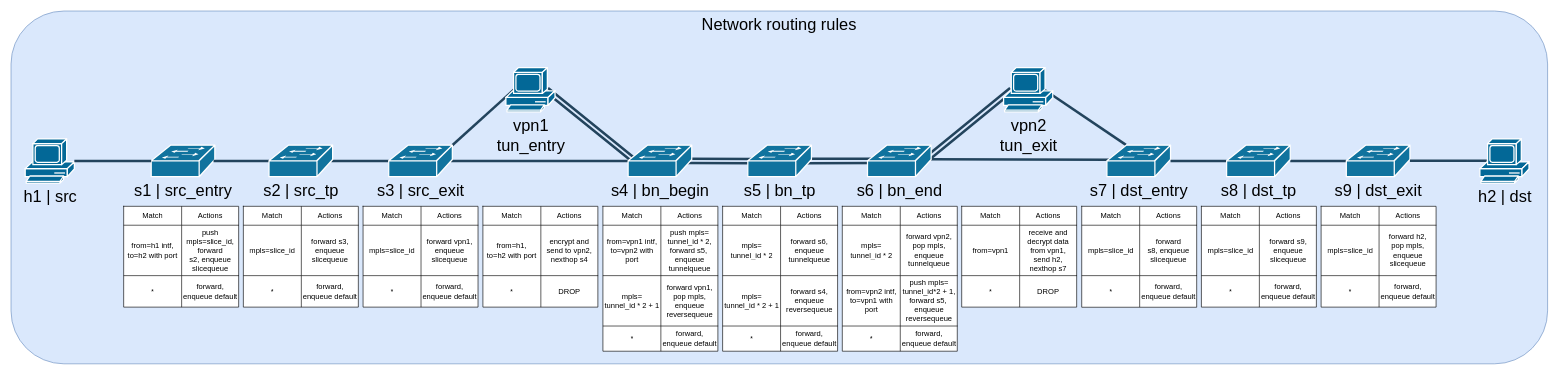
Earlier version of the draw.io diagram diagrams/network_routing_rules.drawio (FriwiDev/thesis). Source tidied: cells renumbered, new cells numbered last; positions are measured from the earlier drawing's top-left corner, leaving out a move shared by most shapes. Both pictures are drawn from the tidied source at 63%, with x=0, y=0 at pixel (11, 11).
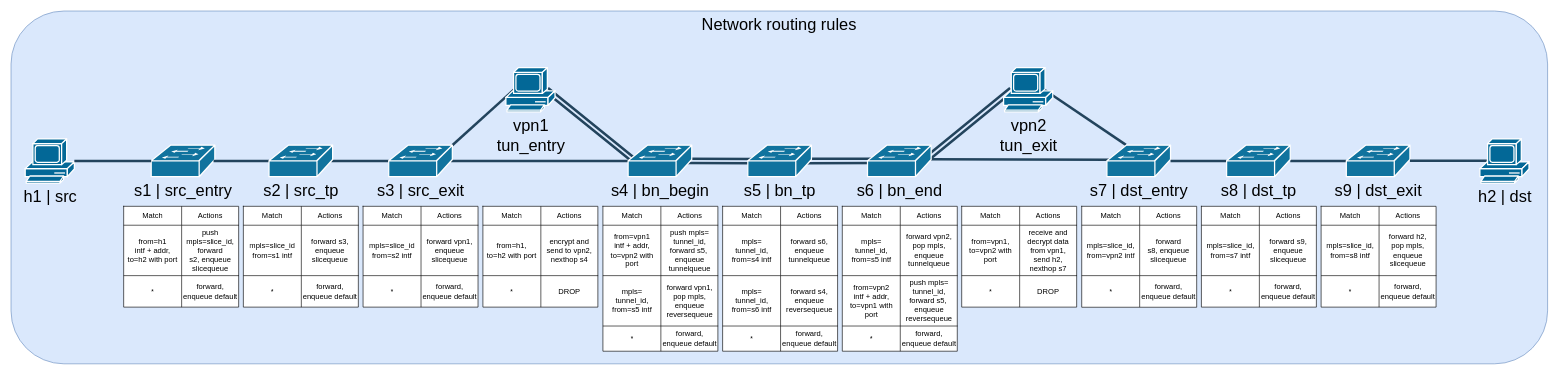
The same page after the edit.

Commit message (it also covers changes not shown here):
Enforce traffic origin on all switches to isolate slice against malicious actors

Unchanged cells that the change refers to:
```xml
<mxCell id="34" style="shape=tableRow;horizontal=0;startSize=0;swimlaneHead=0;swimlaneBody=0;top=0;left=0;bottom=0;right=0;fillColor=none;" parent="30" vertex="1">
  <mxGeometry y="30" width="182.5" height="80" as="geometry" />
</mxCell>
<mxCell id="44" style="shape=tableRow;horizontal=0;startSize=0;swimlaneHead=0;swimlaneBody=0;top=0;left=0;bottom=0;right=0;fillColor=none;" parent="40" vertex="1">
  <mxGeometry y="30" width="182.5" height="80" as="geometry" />
</mxCell>
<mxCell id="54" style="shape=tableRow;horizontal=0;startSize=0;swimlaneHead=0;swimlaneBody=0;top=0;left=0;bottom=0;right=0;fillColor=none;" parent="50" vertex="1">
  <mxGeometry y="30" width="182.5" height="80" as="geometry" />
</mxCell>
<mxCell id="64" style="shape=tableRow;horizontal=0;startSize=0;swimlaneHead=0;swimlaneBody=0;top=0;left=0;bottom=0;right=0;fillColor=none;" parent="60" vertex="1">
  <mxGeometry y="30" width="182.5" height="80" as="geometry" />
</mxCell>
<mxCell id="67" style="shape=tableRow;horizontal=0;startSize=0;swimlaneHead=0;swimlaneBody=0;top=0;left=0;bottom=0;right=0;fillColor=none;" parent="60" vertex="1">
  <mxGeometry y="110" width="182.5" height="80" as="geometry" />
</mxCell>
<mxCell id="77" style="shape=tableRow;horizontal=0;startSize=0;swimlaneHead=0;swimlaneBody=0;top=0;left=0;bottom=0;right=0;fillColor=none;" parent="73" vertex="1">
  <mxGeometry y="30" width="182.5" height="80" as="geometry" />
</mxCell>
<mxCell id="80" style="shape=tableRow;horizontal=0;startSize=0;swimlaneHead=0;swimlaneBody=0;top=0;left=0;bottom=0;right=0;fillColor=none;" parent="73" vertex="1">
  <mxGeometry y="110" width="182.5" height="80" as="geometry" />
</mxCell>
<mxCell id="90" style="shape=tableRow;horizontal=0;startSize=0;swimlaneHead=0;swimlaneBody=0;top=0;left=0;bottom=0;right=0;fillColor=none;" parent="86" vertex="1">
  <mxGeometry y="30" width="182.5" height="80" as="geometry" />
</mxCell>
<mxCell id="93" style="shape=tableRow;horizontal=0;startSize=0;swimlaneHead=0;swimlaneBody=0;top=0;left=0;bottom=0;right=0;fillColor=none;" parent="86" vertex="1">
  <mxGeometry y="110" width="182.5" height="80" as="geometry" />
</mxCell>
<mxCell id="103" style="shape=tableRow;horizontal=0;startSize=0;swimlaneHead=0;swimlaneBody=0;top=0;left=0;bottom=0;right=0;fillColor=none;" parent="99" vertex="1">
  <mxGeometry y="30" width="182.5" height="80" as="geometry" />
</mxCell>
<mxCell id="113" style="shape=tableRow;horizontal=0;startSize=0;swimlaneHead=0;swimlaneBody=0;top=0;left=0;bottom=0;right=0;fillColor=none;" parent="109" vertex="1">
  <mxGeometry y="30" width="182.5" height="80" as="geometry" />
</mxCell>
<mxCell id="123" style="shape=tableRow;horizontal=0;startSize=0;swimlaneHead=0;swimlaneBody=0;top=0;left=0;bottom=0;right=0;fillColor=none;" parent="119" vertex="1">
  <mxGeometry y="30" width="182.5" height="80" as="geometry" />
</mxCell>
<mxCell id="143" style="shape=tableRow;horizontal=0;startSize=0;swimlaneHead=0;swimlaneBody=0;top=0;left=0;bottom=0;right=0;fillColor=none;" parent="139" vertex="1">
  <mxGeometry y="30" width="182.5" height="80" as="geometry" />
</mxCell>
```

The edit, as a diff of the source:
```diff
@@
-    <mxCell id="35" value="from=h1 intf, to=h2 with port" style="shape=partialRectangle;html=1;whiteSpace=wrap;overflow=hidden;fillColor=none;top=0;left=0;bottom=0;right=0;" parent="34" vertex="1">
+    <mxCell id="35" value="from=h1&lt;br&gt;intf + addr, to=h2 with port" style="shape=partialRectangle;html=1;whiteSpace=wrap;overflow=hidden;fillColor=none;top=0;left=0;bottom=0;right=0;" parent="34" vertex="1">
       <mxGeometry width="92" height="80" as="geometry" />
     </mxCell>
@@
-    <mxCell id="45" value="mpls=slice_id" style="shape=partialRectangle;html=1;whiteSpace=wrap;overflow=hidden;fillColor=none;top=0;left=0;bottom=0;right=0;" parent="44" vertex="1">
+    <mxCell id="45" value="mpls=slice_id&lt;br&gt;from=s1 intf" style="shape=partialRectangle;html=1;whiteSpace=wrap;overflow=hidden;fillColor=none;top=0;left=0;bottom=0;right=0;" parent="44" vertex="1">
       <mxGeometry width="92" height="80" as="geometry" />
     </mxCell>
@@
-    <mxCell id="55" value="mpls=slice_id" style="shape=partialRectangle;html=1;whiteSpace=wrap;overflow=hidden;fillColor=none;top=0;left=0;bottom=0;right=0;" parent="54" vertex="1">
+    <mxCell id="55" value="mpls=slice_id&lt;br&gt;from=s2 intf" style="shape=partialRectangle;html=1;whiteSpace=wrap;overflow=hidden;fillColor=none;top=0;left=0;bottom=0;right=0;" parent="54" vertex="1">
       <mxGeometry width="92" height="80" as="geometry" />
     </mxCell>
@@
-    <mxCell id="65" value="from=vpn1 intf, to=vpn2 with port" style="shape=partialRectangle;html=1;whiteSpace=wrap;overflow=hidden;fillColor=none;top=0;left=0;bottom=0;right=0;" parent="64" vertex="1">
+    <mxCell id="65" value="from=vpn1&lt;br&gt;intf + addr, to=vpn2 with port" style="shape=partialRectangle;html=1;whiteSpace=wrap;overflow=hidden;fillColor=none;top=0;left=0;bottom=0;right=0;" parent="64" vertex="1">
       <mxGeometry width="92" height="80" as="geometry" />
     </mxCell>
-    <mxCell id="66" value="push mpls= tunnel_id * 2, forward s5,&amp;nbsp;&lt;br&gt;enqueue tunnelqueue" style="shape=partialRectangle;html=1;whiteSpace=wrap;overflow=hidden;fillColor=none;top=0;left=0;bottom=0;right=0;" parent="64" vertex="1">
+    <mxCell id="66" value="push mpls= tunnel_id, forward s5,&amp;nbsp;&lt;br&gt;enqueue tunnelqueue" style="shape=partialRectangle;html=1;whiteSpace=wrap;overflow=hidden;fillColor=none;top=0;left=0;bottom=0;right=0;" parent="64" vertex="1">
       <mxGeometry x="92" width="91" height="80" as="geometry" />
     </mxCell>
@@
-    <mxCell id="68" value="mpls=&lt;br&gt;tunnel_id * 2 + 1" style="shape=partialRectangle;html=1;whiteSpace=wrap;overflow=hidden;fillColor=none;top=0;left=0;bottom=0;right=0;" parent="67" vertex="1">
+    <mxCell id="68" value="mpls=&lt;br&gt;tunnel_id,&lt;br&gt;from=s5 intf" style="shape=partialRectangle;html=1;whiteSpace=wrap;overflow=hidden;fillColor=none;top=0;left=0;bottom=0;right=0;" parent="67" vertex="1">
       <mxGeometry width="92" height="80" as="geometry" />
     </mxCell>
@@
-    <mxCell id="78" value="mpls=&lt;br&gt;tunnel_id * 2" style="shape=partialRectangle;html=1;whiteSpace=wrap;overflow=hidden;fillColor=none;top=0;left=0;bottom=0;right=0;" parent="77" vertex="1">
+    <mxCell id="78" value="mpls=&lt;br&gt;tunnel_id,&lt;br&gt;from=s4 intf" style="shape=partialRectangle;html=1;whiteSpace=wrap;overflow=hidden;fillColor=none;top=0;left=0;bottom=0;right=0;" parent="77" vertex="1">
       <mxGeometry width="92" height="80" as="geometry" />
     </mxCell>
@@
-    <mxCell id="81" value="mpls=&lt;br&gt;tunnel_id * 2 + 1" style="shape=partialRectangle;html=1;whiteSpace=wrap;overflow=hidden;fillColor=none;top=0;left=0;bottom=0;right=0;" parent="80" vertex="1">
+    <mxCell id="81" value="mpls=&lt;br&gt;tunnel_id,&lt;br&gt;from=s6 intf" style="shape=partialRectangle;html=1;whiteSpace=wrap;overflow=hidden;fillColor=none;top=0;left=0;bottom=0;right=0;" parent="80" vertex="1">
       <mxGeometry width="92" height="80" as="geometry" />
     </mxCell>
@@
-    <mxCell id="91" value="mpls=&lt;br&gt;tunnel_id * 2" style="shape=partialRectangle;html=1;whiteSpace=wrap;overflow=hidden;fillColor=none;top=0;left=0;bottom=0;right=0;" parent="90" vertex="1">
+    <mxCell id="91" value="mpls=&lt;br&gt;tunnel_id,&lt;br&gt;from=s5 intf" style="shape=partialRectangle;html=1;whiteSpace=wrap;overflow=hidden;fillColor=none;top=0;left=0;bottom=0;right=0;" parent="90" vertex="1">
       <mxGeometry width="92" height="80" as="geometry" />
     </mxCell>
@@
-    <mxCell id="94" value="from=vpn2 intf, to=vpn1 with port" style="shape=partialRectangle;html=1;whiteSpace=wrap;overflow=hidden;fillColor=none;top=0;left=0;bottom=0;right=0;" parent="93" vertex="1">
+    <mxCell id="94" value="from=vpn2&lt;br&gt;intf + addr, to=vpn1 with port" style="shape=partialRectangle;html=1;whiteSpace=wrap;overflow=hidden;fillColor=none;top=0;left=0;bottom=0;right=0;" parent="93" vertex="1">
       <mxGeometry width="92" height="80" as="geometry" />
     </mxCell>
-    <mxCell id="95" value="push mpls= tunnel_id*2 + 1, forward s5,&amp;nbsp;&lt;br&gt;enqueue reversequeue" style="shape=partialRectangle;html=1;whiteSpace=wrap;overflow=hidden;fillColor=none;top=0;left=0;bottom=0;right=0;" parent="93" vertex="1">
+    <mxCell id="95" value="push mpls= tunnel_id, forward s5,&amp;nbsp;&lt;br&gt;enqueue reversequeue" style="shape=partialRectangle;html=1;whiteSpace=wrap;overflow=hidden;fillColor=none;top=0;left=0;bottom=0;right=0;" parent="93" vertex="1">
       <mxGeometry x="92" width="91" height="80" as="geometry" />
     </mxCell>
@@
-    <mxCell id="104" value="mpls=slice_id" style="shape=partialRectangle;html=1;whiteSpace=wrap;overflow=hidden;fillColor=none;top=0;left=0;bottom=0;right=0;" parent="103" vertex="1">
+    <mxCell id="104" value="mpls=slice_id,&lt;br&gt;from=vpn2 intf" style="shape=partialRectangle;html=1;whiteSpace=wrap;overflow=hidden;fillColor=none;top=0;left=0;bottom=0;right=0;" parent="103" vertex="1">
       <mxGeometry width="92" height="80" as="geometry" />
     </mxCell>
@@
-    <mxCell id="114" value="mpls=slice_id" style="shape=partialRectangle;html=1;whiteSpace=wrap;overflow=hidden;fillColor=none;top=0;left=0;bottom=0;right=0;" parent="113" vertex="1">
+    <mxCell id="114" value="mpls=slice_id,&lt;br&gt;from=s7 intf" style="shape=partialRectangle;html=1;whiteSpace=wrap;overflow=hidden;fillColor=none;top=0;left=0;bottom=0;right=0;" parent="113" vertex="1">
       <mxGeometry width="92" height="80" as="geometry" />
     </mxCell>
@@
-    <mxCell id="124" value="mpls=slice_id" style="shape=partialRectangle;html=1;whiteSpace=wrap;overflow=hidden;fillColor=none;top=0;left=0;bottom=0;right=0;" parent="123" vertex="1">
+    <mxCell id="124" value="mpls=slice_id,&lt;br&gt;from=s8 intf" style="shape=partialRectangle;html=1;whiteSpace=wrap;overflow=hidden;fillColor=none;top=0;left=0;bottom=0;right=0;" parent="123" vertex="1">
       <mxGeometry width="92" height="80" as="geometry" />
     </mxCell>
@@
-    <mxCell id="144" value="from=vpn1" style="shape=partialRectangle;html=1;whiteSpace=wrap;overflow=hidden;fillColor=none;top=0;left=0;bottom=0;right=0;" parent="143" vertex="1">
+    <mxCell id="144" value="from=vpn1,&lt;br&gt;to=vpn2 with port" style="shape=partialRectangle;html=1;whiteSpace=wrap;overflow=hidden;fillColor=none;top=0;left=0;bottom=0;right=0;" parent="143" vertex="1">
       <mxGeometry width="92" height="80" as="geometry" />
     </mxCell>
```
